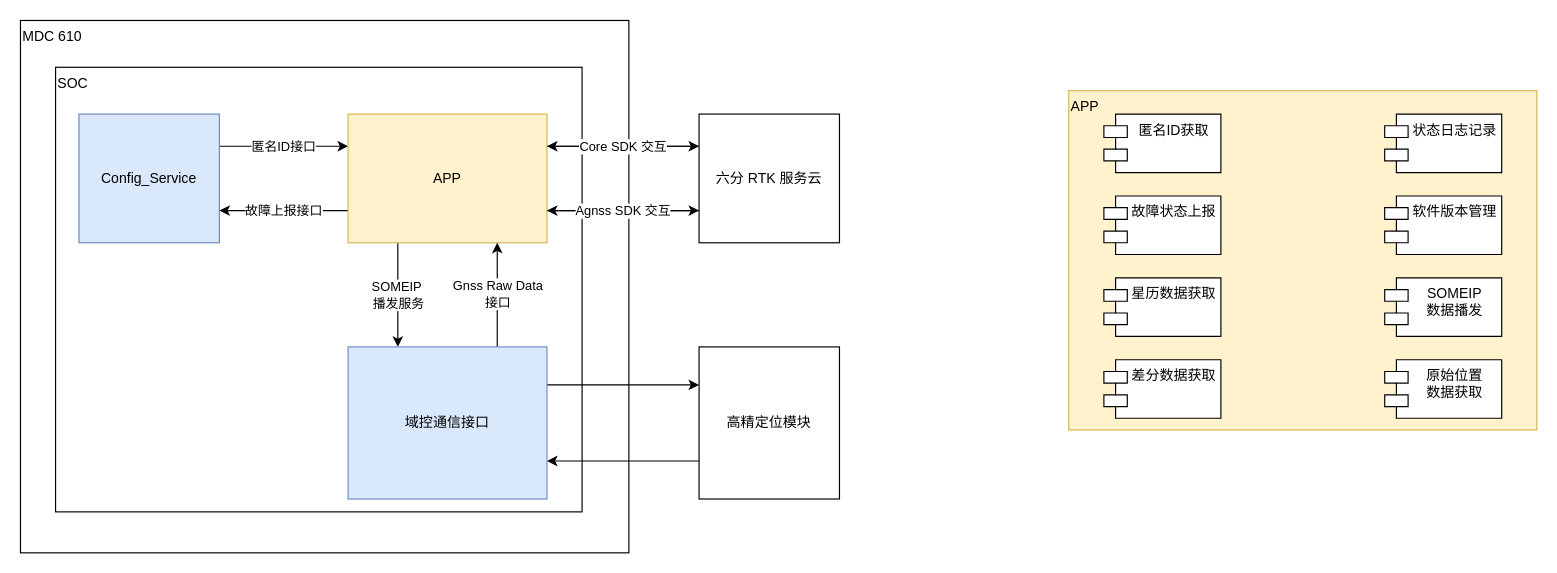
mrlv0517/data keeps this draw.io diagram as drawio/byd/BYD-软件架构图.drawio. Above is the earlier version. Source tidied: cells renumbered, new cells numbered last; positions are measured from the earlier drawing's top-left corner, leaving out a move shared by most shapes. Both pictures are drawn from the tidied source at 117%, with x=0, y=0 at pixel (20, 20).
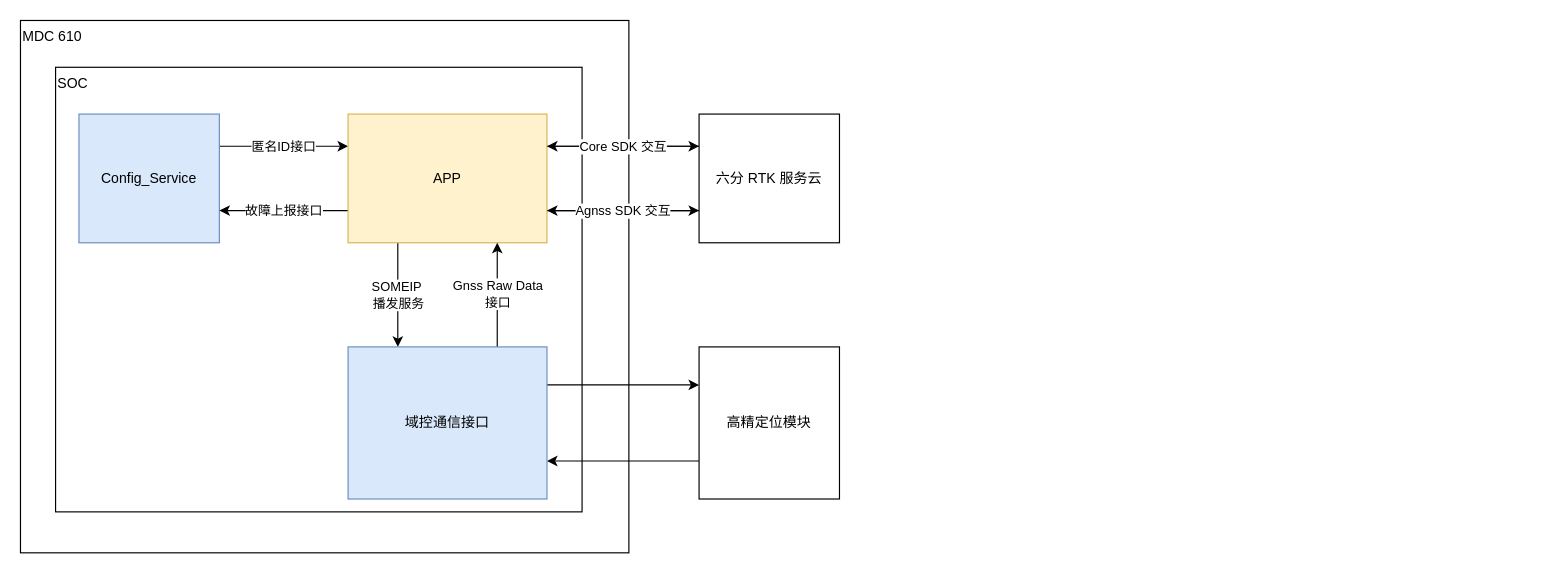
Above is the later version.

Commit message:
Update BYD-软件架构图.drawio

What changed in the source:
```diff
@@
-    <mxCell id="11" style="group;" parent="1" vertex="1">
-      <mxGeometry x="896" y="60" width="400" height="290" as="geometry" />
-    </mxCell>
-    <mxCell id="12" value="APP" style="rounded=0;whiteSpace=wrap;html=1;align=left;verticalAlign=top;fillColor=#fff2cc;strokeColor=#d6b656;" parent="11" vertex="1">
-      <mxGeometry width="400" height="290" as="geometry" />
-    </mxCell>
-    <mxCell id="13" value="软件版本管理" style="shape=module;align=left;spacingLeft=20;align=center;verticalAlign=top;" parent="11" vertex="1">
-      <mxGeometry x="270" y="90" width="100" height="50" as="geometry" />
-    </mxCell>
-    <mxCell id="14" value="匿名ID获取" style="shape=module;align=left;spacingLeft=20;align=center;verticalAlign=top;" parent="11" vertex="1">
-      <mxGeometry x="30" y="20" width="100" height="50" as="geometry" />
-    </mxCell>
-    <mxCell id="15" value="星历数据获取" style="shape=module;align=left;spacingLeft=20;align=center;verticalAlign=top;" parent="11" vertex="1">
-      <mxGeometry x="30" y="160" width="100" height="50" as="geometry" />
-    </mxCell>
-    <mxCell id="16" value="差分数据获取" style="shape=module;align=left;spacingLeft=20;align=center;verticalAlign=top;" parent="11" vertex="1">
-      <mxGeometry x="30" y="230" width="100" height="50" as="geometry" />
-    </mxCell>
-    <mxCell id="17" value="故障状态上报" style="shape=module;align=left;spacingLeft=20;align=center;verticalAlign=top;" parent="11" vertex="1">
-      <mxGeometry x="30" y="90" width="100" height="50" as="geometry" />
-    </mxCell>
-    <mxCell id="18" value="状态日志记录" style="shape=module;align=left;spacingLeft=20;align=center;verticalAlign=top;" parent="11" vertex="1">
-      <mxGeometry x="270" y="20" width="100" height="50" as="geometry" />
-    </mxCell>
-    <mxCell id="19" value="原始位置&#10;数据获取" style="shape=module;align=left;spacingLeft=20;align=center;verticalAlign=top;" parent="11" vertex="1">
-      <mxGeometry x="270" y="230" width="100" height="50" as="geometry" />
-    </mxCell>
-    <mxCell id="20" value="SOMEIP&#10;数据播发" style="shape=module;align=left;spacingLeft=20;align=center;verticalAlign=top;" parent="11" vertex="1">
-      <mxGeometry x="270" y="160" width="100" height="50" as="geometry" />
-    </mxCell>
```
